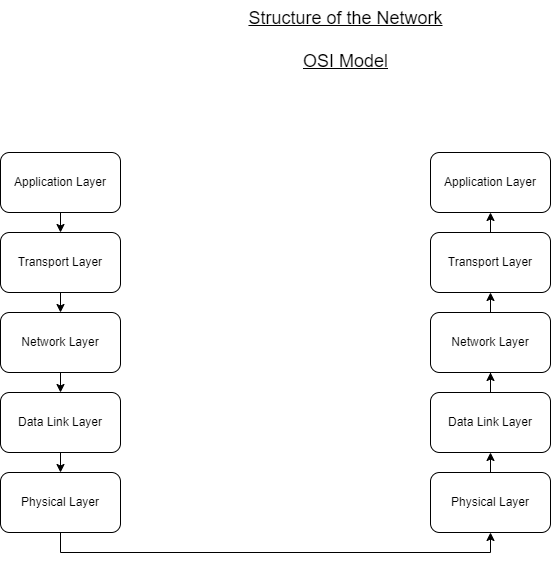
Earlier version of the draw.io export Networking/TCP IP Model.png (Saichaitanyabolla1428/DevSecOps). Source tidied: cells renumbered, new cells last; positions are measured from the earlier drawing's top-left corner, leaving out a move shared by most shapes.
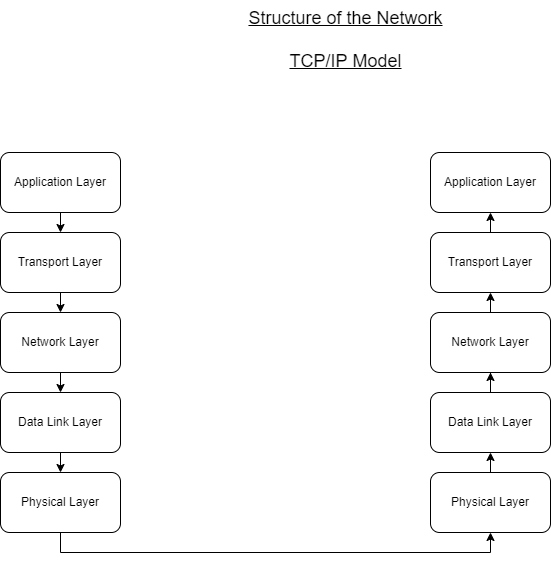
Later version of the same file.

Diff of the diagram source:
```diff
@@ -32,7 +32,7 @@
     <mxCell id="11" value="Physical Layer" style="rounded=1;whiteSpace=wrap;html=1;" parent="1" vertex="1">
       <mxGeometry y="472" width="120" height="60" as="geometry" />
     </mxCell>
-    <mxCell id="12" value="&lt;font style=&quot;font-size: 18px;&quot;&gt;&lt;u&gt;Structure of the Network&lt;br&gt;&lt;br&gt;OSI Model&lt;/u&gt;&lt;/font&gt;" style="text;html=1;align=center;verticalAlign=middle;strokeColor=none;fillColor=none;" parent="1" vertex="1">
+    <mxCell id="12" value="&lt;font style=&quot;font-size: 18px;&quot;&gt;&lt;u&gt;Structure of the Network&lt;br&gt;&lt;br&gt;TCP/IP Model&lt;/u&gt;&lt;/font&gt;" style="text;html=1;align=center;verticalAlign=middle;strokeColor=none;fillColor=none;" parent="1" vertex="1">
       <mxGeometry x="235" width="220" height="80" as="geometry" />
     </mxCell>
     <mxCell id="13" value="Application Layer" style="rounded=1;whiteSpace=wrap;html=1;" parent="1" vertex="1">
```
